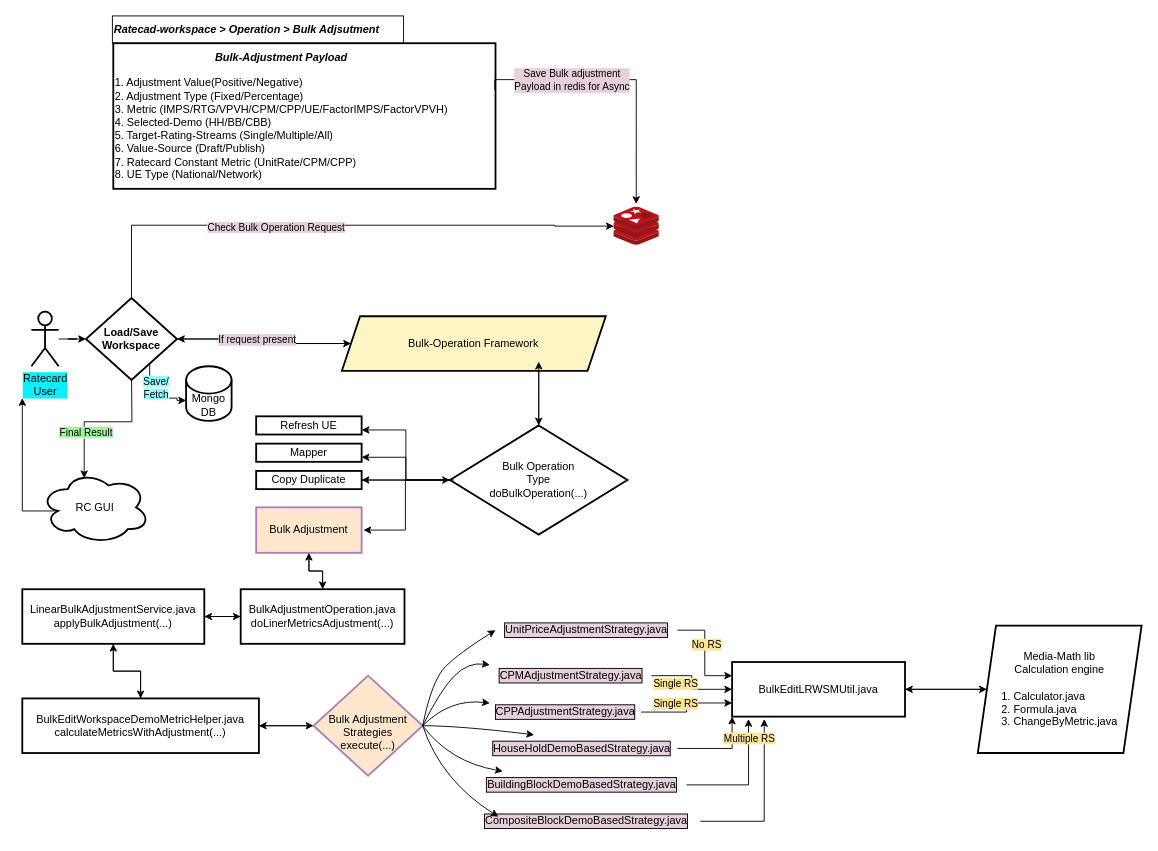
Earlier version of the draw.io diagram BulkAdjustment.drawio (rishant/draw.io). Source tidied: cells renumbered, new cells numbered last; positions are measured from the earlier drawing's top-left corner, leaving out a move shared by most shapes. Both pictures are drawn from the tidied source at 91%, with x=0, y=0 at pixel (22, 15).
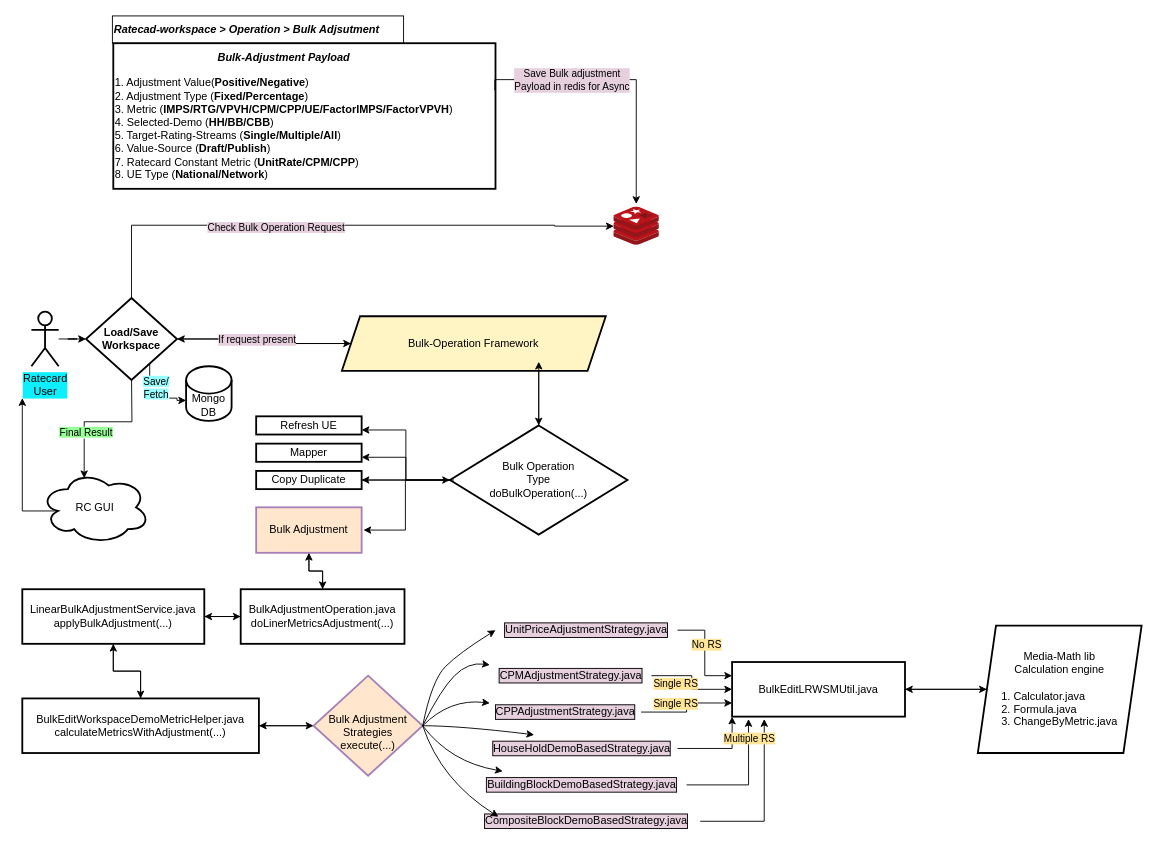
The same diagram, later.

Diff of the diagram source:
```diff
@@
-    <mxCell id="4" value="&lt;div style=&quot;text-align: center&quot;&gt;&lt;span&gt;&lt;b&gt;&lt;i&gt;Bulk-Adjustment Payload&lt;/i&gt;&lt;/b&gt;&lt;/span&gt;&lt;/div&gt;&lt;br&gt;&lt;div&gt;1. Adjustment Value(Positive/Negative)&lt;/div&gt;&lt;div&gt;2. Adjustment Type (Fixed/Percentage)&lt;/div&gt;&lt;div&gt;3. Metric (IMPS/RTG/VPVH/CPM/CPP/UE/FactorIMPS/FactorVPVH)&lt;/div&gt;&lt;div&gt;4. Selected-Demo (HH/BB/CBB)&lt;/div&gt;&lt;div&gt;5. Target-Rating-Streams (Single/Multiple/All)&lt;/div&gt;&lt;div&gt;6. Value-Source (Draft/Publish)&lt;/div&gt;&lt;div&gt;7. Ratecard Constant Metric (UnitRate/CPM/CPP)&lt;/div&gt;&lt;div&gt;8. UE Type (National/Network)&lt;/div&gt;" style="text;html=1;strokeColor=default;fillColor=none;align=left;verticalAlign=middle;whiteSpace=wrap;rounded=0;perimeterSpacing=8;strokeWidth=2;" parent="1" vertex="1">
+    <mxCell id="4" value="&lt;div style=&quot;text-align: center&quot;&gt;&lt;span&gt;&lt;b&gt;&lt;i&gt;Bulk-Adjustment Payload&lt;/i&gt;&lt;/b&gt;&lt;/span&gt;&lt;/div&gt;&lt;br&gt;&lt;div&gt;1. Adjustment Value(&lt;b&gt;Positive/Negative&lt;/b&gt;)&lt;/div&gt;&lt;div&gt;2. Adjustment Type (&lt;b&gt;Fixed/Percentage&lt;/b&gt;)&lt;/div&gt;&lt;div&gt;3. Metric (&lt;b&gt;IMPS/RTG/VPVH/CPM/CPP/UE/FactorIMPS/FactorVPVH&lt;/b&gt;)&lt;/div&gt;&lt;div&gt;4. Selected-Demo (&lt;b&gt;HH/BB/CBB&lt;/b&gt;)&lt;/div&gt;&lt;div&gt;5. Target-Rating-Streams (&lt;b&gt;Single/Multiple/All&lt;/b&gt;)&lt;/div&gt;&lt;div&gt;6. Value-Source (&lt;b&gt;Draft/Publish&lt;/b&gt;)&lt;/div&gt;&lt;div&gt;7. Ratecard Constant Metric (&lt;b&gt;UnitRate/CPM/CPP&lt;/b&gt;)&lt;/div&gt;&lt;div&gt;8. UE Type (&lt;b&gt;National/Network&lt;/b&gt;)&lt;/div&gt;" style="text;html=1;strokeColor=default;fillColor=none;align=left;verticalAlign=middle;whiteSpace=wrap;rounded=0;perimeterSpacing=8;strokeWidth=2;" parent="1" vertex="1">
       <mxGeometry x="100" y="30" width="420" height="160" as="geometry" />
     </mxCell>
```
